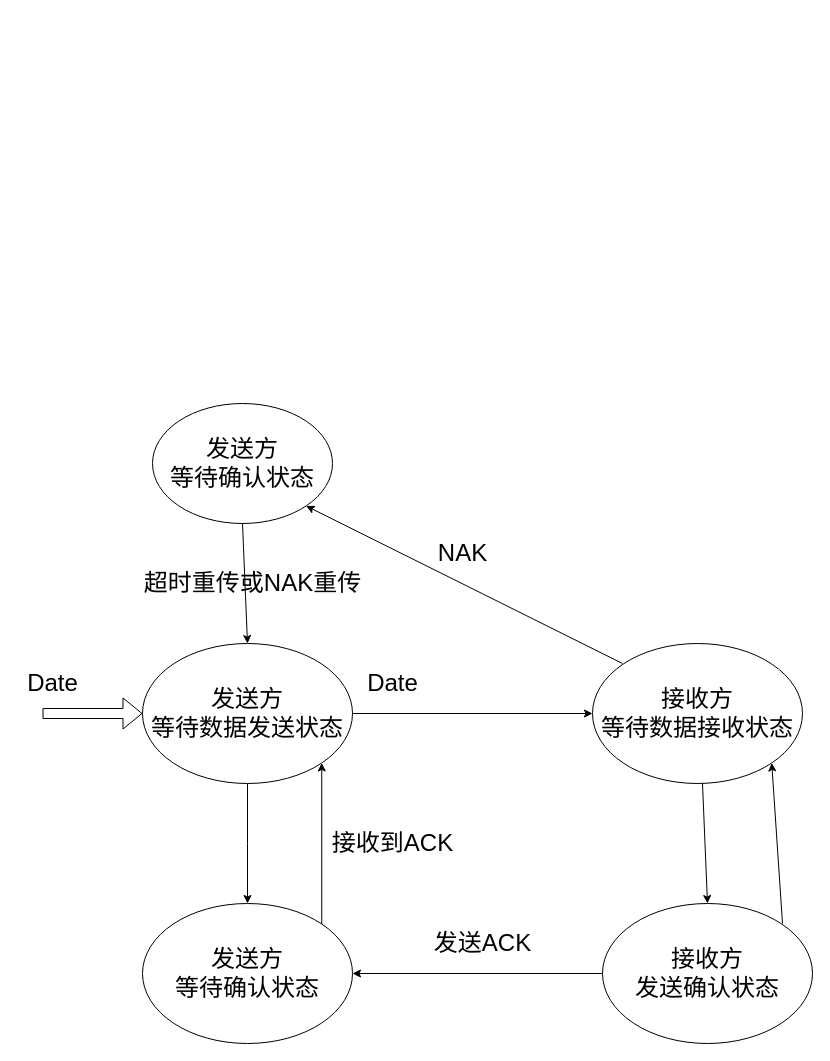
Above: 停等协议的有限状态机.drawio in knigth95/dotnet (draw.io), before the change. Source tidied: cells renumbered, new cells numbered last; positions are measured from the earlier drawing's top-left corner, leaving out a move shared by most shapes. Both pictures are drawn from the tidied source at 100%, with x=0, y=0 at pixel (17, 403).
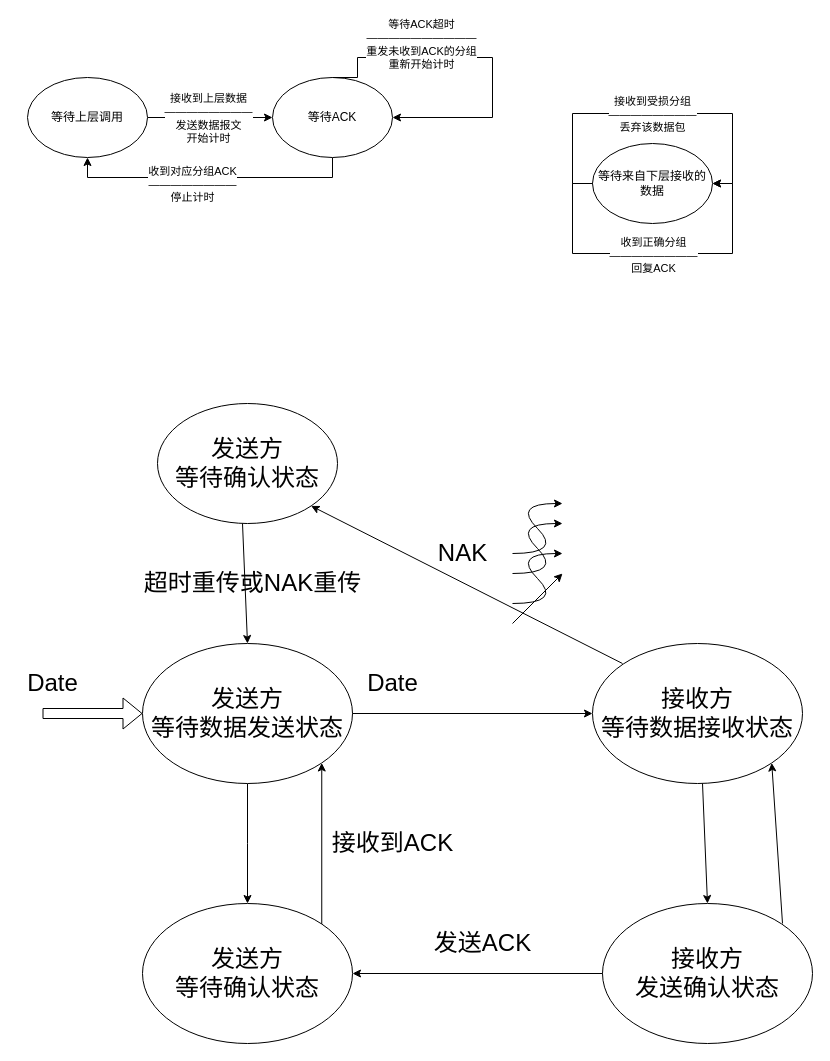
The same page after the edit.

Commit message:
更新停等协议的有限状态机.drawio

Change to the diagram source:
```diff
@@
     <mxCell id="14" value="&lt;font style=&quot;font-size: 24px;&quot;&gt;发送方&lt;br&gt;等待确认状态&lt;/font&gt;" style="ellipse;whiteSpace=wrap;html=1;" parent="1" vertex="1">
-      <mxGeometry x="135" width="180" height="120" as="geometry" />
+      <mxGeometry x="140" width="180" height="120" as="geometry" />
     </mxCell>
@@
+    <mxCell id="22" style="edgeStyle=orthogonalEdgeStyle;rounded=0;jettySize=auto;html=1;exitX=1;exitY=0.5;exitDx=0;exitDy=0;entryX=0;entryY=0.5;entryDx=0;entryDy=0;" parent="1" edge="1" source="24" target="27">
+      <mxGeometry relative="1" as="geometry" />
+    </mxCell>
+    <mxCell id="23" value="接收到上层数据&lt;br&gt;————————&lt;br&gt;发送数据报文&lt;br&gt;开始计时" style="edgeLabel;html=1;align=center;verticalAlign=middle;" parent="22" vertex="1">
+      <mxGeometry x="-0.27" y="-1" relative="1" as="geometry">
+        <mxPoint x="14" y="-1" as="offset" />
+      </mxGeometry>
+    </mxCell>
+    <mxCell id="24" value="等待上层调用" style="ellipse;whiteSpace=wrap;html=1;" parent="1" vertex="1">
+      <mxGeometry x="10" y="-326" width="120" height="80" as="geometry" />
+    </mxCell>
+    <mxCell id="25" style="edgeStyle=orthogonalEdgeStyle;rounded=0;jettySize=auto;html=1;exitX=0.5;exitY=1;exitDx=0;exitDy=0;entryX=0.5;entryY=1;entryDx=0;entryDy=0;" parent="1" edge="1" source="27" target="24">
+      <mxGeometry relative="1" as="geometry" />
+    </mxCell>
+    <mxCell id="26" value="收到对应分组ACK&lt;br&gt;————————&lt;br&gt;停止计时" style="edgeLabel;html=1;align=center;verticalAlign=middle;" parent="25" vertex="1">
+      <mxGeometry x="0.13" relative="1" as="geometry">
+        <mxPoint y="6" as="offset" />
+      </mxGeometry>
+    </mxCell>
+    <mxCell id="27" value="等待ACK" style="ellipse;whiteSpace=wrap;html=1;" parent="1" vertex="1">
+      <mxGeometry x="255" y="-326" width="120" height="80" as="geometry" />
+    </mxCell>
+    <mxCell id="28" style="endArrow=classic;html=1;rounded=0;" parent="1" edge="1">
+      <mxGeometry relative="1" as="geometry">
+        <mxPoint x="495" y="220" as="sourcePoint" />
+        <mxPoint x="545" y="170" as="targetPoint" />
+      </mxGeometry>
+    </mxCell>
+    <mxCell id="29" style="curved=1;endArrow=classic;html=1;rounded=0;" parent="1" edge="1">
+      <mxGeometry relative="1" as="geometry">
+        <mxPoint x="495" y="200" as="sourcePoint" />
+        <mxPoint x="545" y="150" as="targetPoint" />
+        <Array as="points">
+          <mxPoint x="545" y="200" />
+          <mxPoint x="495" y="150" />
+        </Array>
+      </mxGeometry>
+    </mxCell>
+    <mxCell id="30" style="edgeStyle=orthogonalEdgeStyle;rounded=0;orthogonalLoop=1;jettySize=auto;html=1;exitX=0.5;exitY=0;exitDx=0;exitDy=0;entryX=1;entryY=0.5;entryDx=0;entryDy=0;" parent="1" edge="1" source="27" target="27">
+      <mxGeometry relative="1" as="geometry">
+        <Array as="points">
+          <mxPoint x="340" y="-326" />
+          <mxPoint x="340" y="-346" />
+          <mxPoint x="475" y="-346" />
+          <mxPoint x="475" y="-286" />
+        </Array>
+      </mxGeometry>
+    </mxCell>
+    <mxCell id="31" value="等待ACK超时&lt;br&gt;——————————&lt;br&gt;重发未收到ACK的分组&lt;br&gt;重新开始计时" style="edgeLabel;html=1;align=center;verticalAlign=middle;" parent="30" vertex="1">
+      <mxGeometry x="-0.17" y="4" relative="1" as="geometry">
+        <mxPoint x="-33" y="-10" as="offset" />
+      </mxGeometry>
+    </mxCell>
+    <mxCell id="32" style="curved=1;endArrow=classic;html=1;rounded=0;" parent="1" edge="1">
+      <mxGeometry relative="1" as="geometry">
+        <mxPoint x="495" y="170" as="sourcePoint" />
+        <mxPoint x="545" y="120" as="targetPoint" />
+        <Array as="points">
+          <mxPoint x="545" y="170" />
+          <mxPoint x="495" y="120" />
+        </Array>
+      </mxGeometry>
+    </mxCell>
+    <mxCell id="33" value="等待来自下层接收的数据" style="ellipse;whiteSpace=wrap;html=1;" parent="1" vertex="1">
+      <mxGeometry x="575" y="-260" width="120" height="80" as="geometry" />
+    </mxCell>
+    <mxCell id="34" style="curved=1;endArrow=classic;html=1;rounded=0;" parent="1" edge="1">
+      <mxGeometry relative="1" as="geometry">
+        <mxPoint x="495" y="150" as="sourcePoint" />
+        <mxPoint x="545" y="100" as="targetPoint" />
+        <Array as="points">
+          <mxPoint x="545" y="150" />
+          <mxPoint x="495" y="100" />
+        </Array>
+      </mxGeometry>
+    </mxCell>
+    <mxCell id="35" style="edgeStyle=orthogonalEdgeStyle;rounded=0;orthogonalLoop=1;jettySize=auto;html=1;exitX=0;exitY=0.5;exitDx=0;exitDy=0;entryX=1;entryY=0.5;entryDx=0;entryDy=0;" parent="1" edge="1" source="33" target="33">
+      <mxGeometry relative="1" as="geometry">
+        <Array as="points">
+          <mxPoint x="555" y="-220" />
+          <mxPoint x="555" y="-290" />
+          <mxPoint x="715" y="-290" />
+          <mxPoint x="715" y="-220" />
+        </Array>
+      </mxGeometry>
+    </mxCell>
+    <mxCell id="36" value="接收到受损分组&lt;br&gt;————————&lt;br&gt;丢弃该数据包" style="edgeLabel;html=1;align=center;verticalAlign=middle;" parent="35" vertex="1">
+      <mxGeometry x="-0.09" y="2" relative="1" as="geometry">
+        <mxPoint x="14" y="2" as="offset" />
+      </mxGeometry>
+    </mxCell>
+    <mxCell id="37" style="edgeStyle=orthogonalEdgeStyle;rounded=0;orthogonalLoop=1;jettySize=auto;html=1;exitX=0;exitY=0.5;exitDx=0;exitDy=0;entryX=1;entryY=0.5;entryDx=0;entryDy=0;" parent="1" edge="1" source="33" target="33">
+      <mxGeometry relative="1" as="geometry">
+        <Array as="points">
+          <mxPoint x="555" y="-220" />
+          <mxPoint x="555" y="-150" />
+          <mxPoint x="715" y="-150" />
+          <mxPoint x="715" y="-220" />
+        </Array>
+      </mxGeometry>
+    </mxCell>
+    <mxCell id="38" value="收到正确分组&lt;br&gt;————————&lt;br&gt;回复ACK" style="edgeLabel;html=1;align=center;verticalAlign=middle;" parent="37" vertex="1">
+      <mxGeometry x="0.04" y="-1" relative="1" as="geometry">
+        <mxPoint x="-7" as="offset" />
+      </mxGeometry>
+    </mxCell>
```
